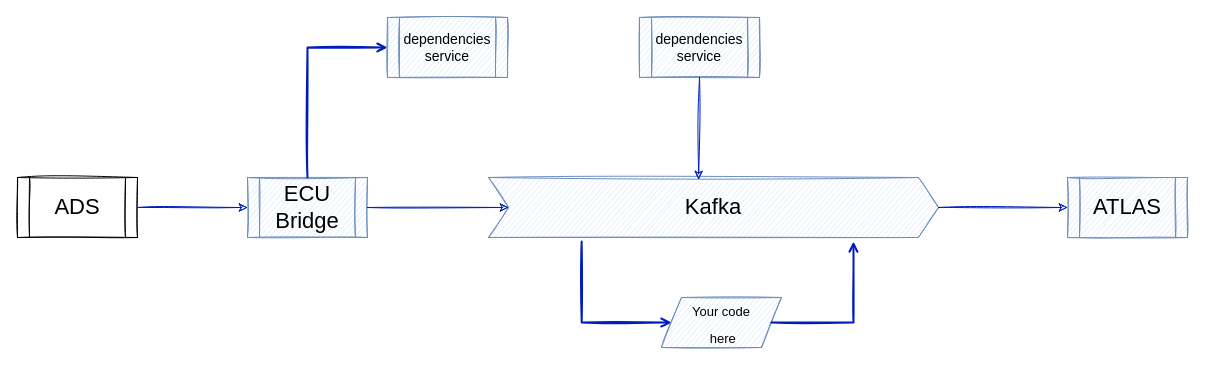
Above: docs/developer/atlas-advanced-streams/assets/atlas-advanced-streams.drawio in mat-docs/Portal.Site (draw.io), before the change. Source tidied: cells renumbered, new cells numbered last; positions are measured from the earlier drawing's top-left corner, leaving out a move shared by most shapes. Both pictures are drawn from the tidied source at 100%, with x=0, y=0 at pixel (17, 17). Pictures stored in the file or linked from it are replaced by grey dashed boxes.
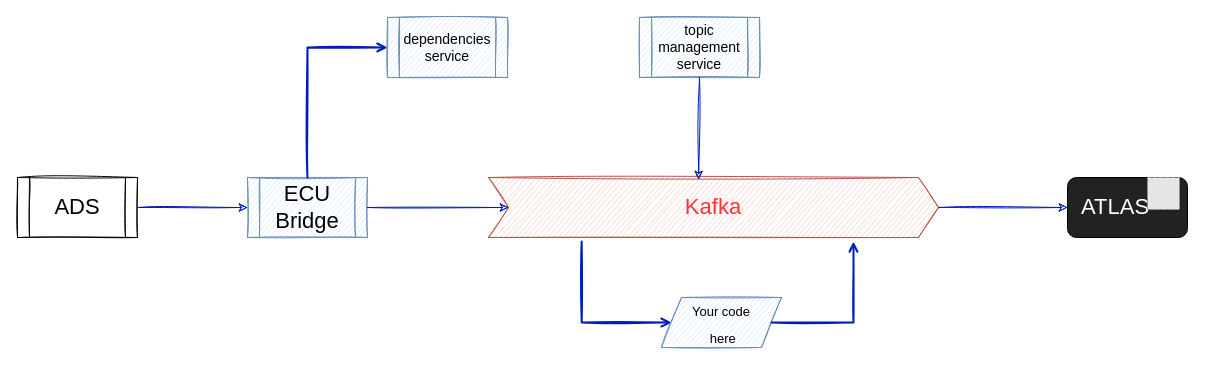
The same page after the edit.

Diff of the diagram source:
```diff
@@
-    <mxCell id="4" value="&lt;font face=&quot;pangolin, cursive&quot;&gt;Kafka&lt;/font&gt;" style="shape=step;perimeter=stepPerimeter;whiteSpace=wrap;html=1;fixedSize=1;sketch=1;fontSize=22;fillColor=#dae8fc;strokeColor=#6c8ebf;" parent="1" vertex="1">
+    <mxCell id="4" value="&lt;font face=&quot;pangolin, cursive&quot; color=&quot;#ff3333&quot;&gt;Kafka&lt;/font&gt;" style="shape=step;perimeter=stepPerimeter;whiteSpace=wrap;html=1;fixedSize=1;sketch=1;fontSize=22;fillColor=#f8cecc;strokeColor=#b85450;" parent="1" vertex="1">
       <mxGeometry x="471" y="160" width="450" height="60" as="geometry" />
     </mxCell>
@@
-    <mxCell id="6" value="&lt;font style=&quot;font-size: 22px&quot; face=&quot;pangolin, cursive&quot;&gt;ATLAS&lt;/font&gt;" style="shape=process;whiteSpace=wrap;html=1;backgroundOutline=1;sketch=1;fontSize=13;fillColor=#dae8fc;strokeColor=#6c8ebf;" parent="1" vertex="1">
-      <mxGeometry x="1050" y="160" width="120" height="60" as="geometry" />
-    </mxCell>
@@
-    <mxCell id="13" style="endArrow=classic;html=1;rounded=0;sketch=1;fontSize=13;exitX=1;exitY=0.5;exitDx=0;exitDy=0;entryX=0;entryY=0.5;entryDx=0;entryDy=0;fillColor=#0050ef;strokeColor=#001DBC;" parent="1" edge="1" source="4" target="6">
-      <mxGeometry relative="1" as="geometry" />
+    <mxCell id="13" style="endArrow=classic;html=1;rounded=0;sketch=1;fontSize=13;exitX=1;exitY=0.5;exitDx=0;exitDy=0;entryX=0;entryY=0.5;entryDx=0;entryDy=0;fillColor=#0050ef;strokeColor=#001DBC;" parent="1" edge="1" source="4">
+      <mxGeometry relative="1" as="geometry">
+        <mxPoint x="1050" y="190" as="targetPoint" />
+      </mxGeometry>
     </mxCell>
-    <mxCell id="14" value="&lt;font face=&quot;pangolin, cursive&quot; style=&quot;font-size: 14px&quot;&gt;dependencies&lt;br&gt;service&lt;/font&gt;" style="shape=process;whiteSpace=wrap;html=1;backgroundOutline=1;sketch=1;fontSize=13;fillColor=#dae8fc;strokeColor=#6c8ebf;" parent="1" vertex="1">
+    <mxCell id="14" value="&lt;font face=&quot;pangolin, cursive&quot;&gt;&lt;span style=&quot;font-size: 14px&quot;&gt;topic management service&lt;/span&gt;&lt;/font&gt;" style="shape=process;whiteSpace=wrap;html=1;backgroundOutline=1;sketch=1;fontSize=13;fillColor=#dae8fc;strokeColor=#6c8ebf;" parent="1" vertex="1">
       <mxGeometry x="622" width="120" height="60" as="geometry" />
     </mxCell>
@@
+    <mxCell id="16" style="group;" parent="1" vertex="1">
+      <mxGeometry x="1050" y="160" width="120" height="60" as="geometry" />
+    </mxCell>
+    <mxCell id="6" value="ATLAS" style="rounded=1;whiteSpace=wrap;fontFamily=sans-serif;fontSize=22;html=1;sketch=0;fillStyle=solid;fontColor=#FFFFFF;align=left;spacingLeft=12;fillColor=#222222;" parent="16" vertex="1">
+      <mxGeometry width="120" height="60" as="geometry" />
+    </mxCell>
+    <mxCell id="17" style="fillColor=#E6E6E6;strokeColor=#999999;dashed=1;" parent="16" vertex="1">
+      <mxGeometry x="80" width="32" height="32" as="geometry" />
+    </mxCell>
```
